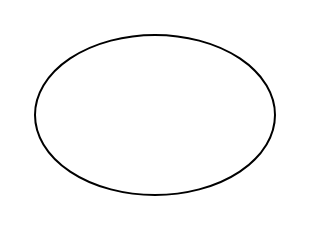
This is project-report-docs/BulbBopArchitectureDiagram.drawio from RyanMcClean/wizlight-music-sync, a draw.io file, before an edit. Source tidied: cells renumbered, new cells numbered last; positions are measured from the earlier drawing's top-left corner, leaving out a move shared by most shapes. Both pictures are drawn from the tidied source at 200%, with x=0, y=0 at pixel (34, 34).
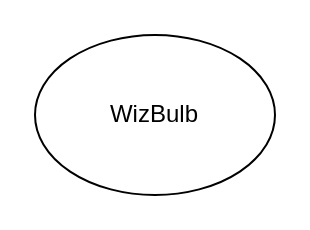
The same diagram, later.

The edit, as a diff of the source:
```diff
@@
 <mxGraphModel background="#ffffff">
   <root>
     <mxCell id="0" />
     <mxCell id="1" parent="0" />
     <mxCell id="2" style="ellipse;whiteSpace=wrap;html=1;" parent="1" vertex="1">
       <mxGeometry width="120" height="80" as="geometry" />
     </mxCell>
+    <mxCell id="3" value="WizBulb" style="text;html=1;align=center;verticalAlign=middle;whiteSpace=wrap;rounded=0;" parent="1" vertex="1">
+      <mxGeometry x="30" y="25" width="60" height="30" as="geometry" />
+    </mxCell>
   </root>
 </mxGraphModel>
```
